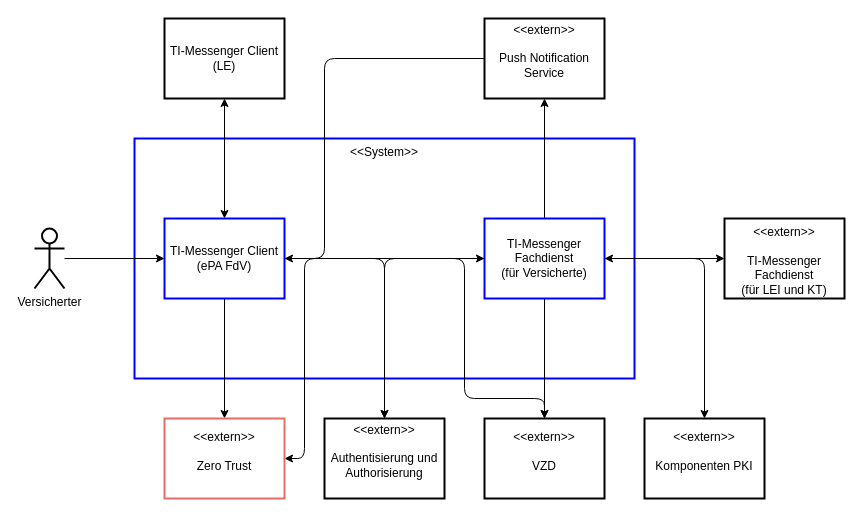
gematik/api-ti-messenger keeps this draw.io diagram as src/drawio/TI-M-Client_ePA_FdV_Kontextabgrenzung.drawio. Above is the earlier version. Source tidied: cells renumbered, new cells numbered last; positions are measured from the earlier drawing's top-left corner, leaving out a move shared by most shapes. Both pictures are drawn from the tidied source at 100%, with x=0, y=0 at pixel (34, 18).
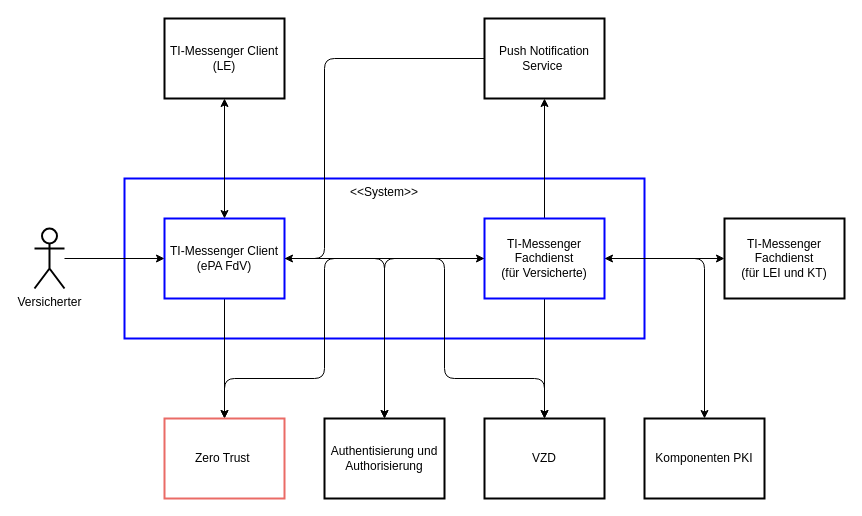
Above is the later version.

The change refers to these unchanged cells:
```xml
<mxCell id="7" value="TI-Messenger Client&lt;br&gt;(ePA FdV)" style="rounded=0;whiteSpace=wrap;html=1;strokeColor=#0000FF;strokeWidth=2;" parent="1" vertex="1">
  <mxGeometry x="130" y="200" width="120" height="80" as="geometry" />
</mxCell>
<mxCell id="14" value="TI-Messenger Fachdienst&lt;br&gt;(für Versicherte)" style="rounded=0;whiteSpace=wrap;html=1;strokeColor=#0000FF;strokeWidth=2;" parent="1" vertex="1">
  <mxGeometry x="450" y="200" width="120" height="80" as="geometry" />
</mxCell>
```

What changed in the source:
```diff
@@
     <mxCell id="2" value="&amp;lt;&amp;lt;System&amp;gt;&amp;gt;" style="rounded=0;whiteSpace=wrap;html=1;verticalAlign=top;strokeColor=#0000FF;strokeWidth=2;" parent="1" vertex="1">
-      <mxGeometry x="100" y="120" width="500" height="240" as="geometry" />
+      <mxGeometry x="90" y="160" width="520" height="160" as="geometry" />
     </mxCell>
@@
     <mxCell id="5" style="edgeStyle=orthogonalEdgeStyle;rounded=1;jettySize=auto;html=1;entryX=0.5;entryY=0;entryDx=0;entryDy=0;" parent="1" edge="1" source="7" target="19">
       <mxGeometry relative="1" as="geometry">
         <Array as="points">
-          <mxPoint x="430" y="240" />
-          <mxPoint x="430" y="380" />
-          <mxPoint x="510" y="380" />
+          <mxPoint x="410" y="240" />
+          <mxPoint x="410" y="360" />
+          <mxPoint x="510" y="360" />
         </Array>
       </mxGeometry>
     </mxCell>
@@
-    <mxCell id="13" style="edgeStyle=orthogonalEdgeStyle;rounded=1;jettySize=auto;html=1;entryX=1;entryY=0.5;entryDx=0;entryDy=0;" parent="1" edge="1" source="14" target="17">
+    <mxCell id="13" style="edgeStyle=orthogonalEdgeStyle;rounded=1;jettySize=auto;html=1;entryX=0.5;entryY=0;entryDx=0;entryDy=0;" parent="1" edge="1" source="14" target="17">
       <mxGeometry relative="1" as="geometry">
         <Array as="points">
-          <mxPoint x="270" y="240" />
-          <mxPoint x="270" y="440" />
+          <mxPoint x="290" y="240" />
+          <mxPoint x="290" y="360" />
+          <mxPoint x="190" y="360" />
         </Array>
       </mxGeometry>
     </mxCell>
@@
-    <mxCell id="17" value="&amp;lt;&amp;lt;extern&amp;gt;&amp;gt;&lt;br&gt;&lt;br&gt;Zero Trust&lt;br&gt;&amp;nbsp;" style="rounded=0;whiteSpace=wrap;html=1;strokeColor=#EA6B66;strokeWidth=2;" parent="1" vertex="1">
+    <mxCell id="17" value="Zero Trust&amp;nbsp;" style="rounded=0;whiteSpace=wrap;html=1;strokeColor=#EA6B66;strokeWidth=2;" parent="1" vertex="1">
       <mxGeometry x="130" y="400" width="120" height="80" as="geometry" />
     </mxCell>
-    <mxCell id="18" value="&amp;lt;&amp;lt;extern&amp;gt;&amp;gt;&lt;br&gt;&lt;br&gt;Authentisierung und Authorisierung&lt;br&gt;&amp;nbsp;" style="rounded=0;whiteSpace=wrap;html=1;strokeWidth=2;" parent="1" vertex="1">
+    <mxCell id="18" value="Authentisierung und Authorisierung" style="rounded=0;whiteSpace=wrap;html=1;strokeWidth=2;" parent="1" vertex="1">
       <mxGeometry x="290" y="400" width="120" height="80" as="geometry" />
     </mxCell>
-    <mxCell id="19" value="&amp;lt;&amp;lt;extern&amp;gt;&amp;gt;&lt;br&gt;&lt;br&gt;VZD&lt;br&gt;&amp;nbsp;" style="rounded=0;whiteSpace=wrap;html=1;strokeWidth=2;" parent="1" vertex="1">
+    <mxCell id="19" value="VZD" style="rounded=0;whiteSpace=wrap;html=1;strokeWidth=2;" parent="1" vertex="1">
       <mxGeometry x="450" y="400" width="120" height="80" as="geometry" />
     </mxCell>
-    <mxCell id="20" value="&amp;lt;&amp;lt;extern&amp;gt;&amp;gt;&lt;br&gt;&lt;br&gt;Komponenten PKI&lt;br&gt;&amp;nbsp;" style="rounded=0;whiteSpace=wrap;html=1;strokeWidth=2;" parent="1" vertex="1">
+    <mxCell id="20" value="Komponenten PKI" style="rounded=0;whiteSpace=wrap;html=1;strokeWidth=2;" parent="1" vertex="1">
       <mxGeometry x="610" y="400" width="120" height="80" as="geometry" />
     </mxCell>
-    <mxCell id="21" value="&amp;lt;&amp;lt;extern&amp;gt;&amp;gt;&lt;br&gt;&lt;br&gt;TI-Messenger Fachdienst&lt;br&gt;(für LEI und KT)&lt;br&gt;&amp;nbsp;" style="rounded=0;whiteSpace=wrap;html=1;verticalAlign=top;strokeWidth=2;" parent="1" vertex="1">
+    <mxCell id="21" value="TI-Messenger Fachdienst&lt;br&gt;(für LEI und KT)" style="rounded=0;whiteSpace=wrap;html=1;verticalAlign=middle;strokeWidth=2;" parent="1" vertex="1">
       <mxGeometry x="690" y="200" width="120" height="80" as="geometry" />
     </mxCell>
@@
-    <mxCell id="23" value="&amp;lt;&amp;lt;extern&amp;gt;&amp;gt;&lt;br&gt;&lt;br&gt;Push Notification Service&lt;br&gt;&amp;nbsp;" style="rounded=0;whiteSpace=wrap;html=1;strokeWidth=2;" parent="1" vertex="1">
+    <mxCell id="23" value="Push Notification Service&amp;nbsp;" style="rounded=0;whiteSpace=wrap;html=1;strokeWidth=2;" parent="1" vertex="1">
       <mxGeometry x="450" width="120" height="80" as="geometry" />
     </mxCell>
```
